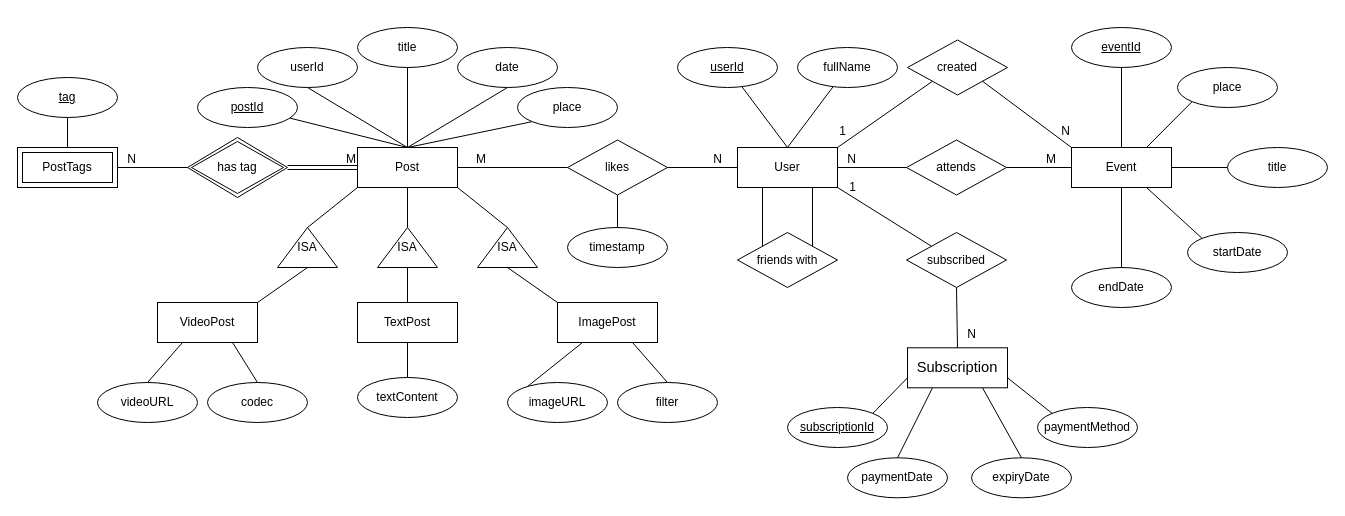
The draw.io diagram DD1368 Homework 1 ER.drawio in Alvinn8/DD1368, before the edit. Source tidied: cells renumbered, new cells numbered last; positions are measured from the earlier drawing's top-left corner, leaving out a move shared by most shapes. Both pictures are drawn from the tidied source at 100%, with x=0, y=0 at pixel (17, 27).
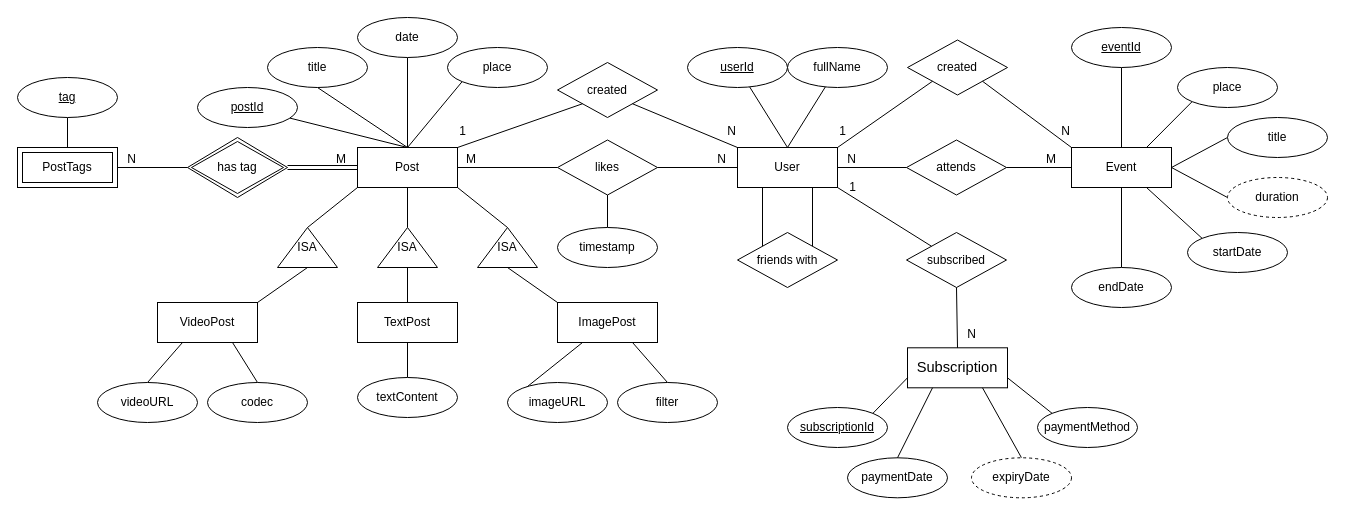
After the change.

The change refers to these unchanged cells:
```xml
<mxCell id="2" value="Post" style="whiteSpace=wrap;html=1;align=center;" parent="1" vertex="1">
  <mxGeometry x="340" y="120" width="100" height="40" as="geometry" />
</mxCell>
<mxCell id="4" value="User" style="whiteSpace=wrap;html=1;align=center;" parent="1" vertex="1">
  <mxGeometry x="720" y="120" width="100" height="40" as="geometry" />
</mxCell>
<mxCell id="51" value="Event" style="whiteSpace=wrap;html=1;align=center;" parent="1" vertex="1">
  <mxGeometry x="1054" y="120" width="100" height="40" as="geometry" />
</mxCell>
<mxCell id="76" style="endArrow=none;html=1;rounded=0;entryX=1;entryY=0.5;entryDx=0;entryDy=0;exitX=0;exitY=0.5;exitDx=0;exitDy=0;" parent="1" edge="1" source="40" target="2">
  <mxGeometry relative="1" as="geometry" />
</mxCell>
<mxCell id="78" style="endArrow=none;html=1;rounded=0;entryX=0;entryY=0.5;entryDx=0;entryDy=0;exitX=1;exitY=0.5;exitDx=0;exitDy=0;" parent="1" edge="1" source="40" target="4">
  <mxGeometry relative="1" as="geometry" />
</mxCell>
<mxCell id="91" style="shape=link;html=1;rounded=0;entryX=0;entryY=0.5;entryDx=0;entryDy=0;exitX=1;exitY=0.5;exitDx=0;exitDy=0;" parent="1" edge="1" source="47" target="2">
  <mxGeometry relative="1" as="geometry" />
</mxCell>
```

Change to the diagram source:
```diff
@@
-    <mxCell id="10" style="rounded=0;jettySize=auto;html=1;exitX=0.5;exitY=1;exitDx=0;exitDy=0;strokeColor=default;endArrow=none;endFill=0;" parent="1" edge="1" source="11">
-      <mxGeometry relative="1" as="geometry">
-        <mxPoint x="390" y="120" as="targetPoint" />
-      </mxGeometry>
-    </mxCell>
-    <mxCell id="11" value="userId" style="ellipse;whiteSpace=wrap;html=1;align=center;fontStyle=0;" parent="1" vertex="1">
-      <mxGeometry x="240" y="20" width="100" height="40" as="geometry" />
-    </mxCell>
@@
     <mxCell id="13" value="title" style="ellipse;whiteSpace=wrap;html=1;align=center;fontStyle=0;" parent="1" vertex="1">
-      <mxGeometry x="340" width="100" height="40" as="geometry" />
+      <mxGeometry x="250" y="20" width="100" height="40" as="geometry" />
     </mxCell>
@@
     <mxCell id="15" value="date" style="ellipse;whiteSpace=wrap;html=1;align=center;fontStyle=0;" parent="1" vertex="1">
-      <mxGeometry x="440" y="20" width="100" height="40" as="geometry" />
+      <mxGeometry x="340" y="-10" width="100" height="40" as="geometry" />
     </mxCell>
@@
     <mxCell id="17" value="place" style="ellipse;whiteSpace=wrap;html=1;align=center;fontStyle=0;" parent="1" vertex="1">
-      <mxGeometry x="500" y="60" width="100" height="40" as="geometry" />
+      <mxGeometry x="430" y="20" width="100" height="40" as="geometry" />
     </mxCell>
@@
     <mxCell id="40" value="likes" style="rhombus;whiteSpace=wrap;html=1;" parent="1" vertex="1">
-      <mxGeometry x="550" y="112.5" width="100" height="55" as="geometry" />
+      <mxGeometry x="540" y="112.5" width="100" height="55" as="geometry" />
     </mxCell>
@@
     <mxCell id="42" value="timestamp" style="ellipse;whiteSpace=wrap;html=1;align=center;fontStyle=0;" parent="1" vertex="1">
-      <mxGeometry x="550" y="200" width="100" height="40" as="geometry" />
+      <mxGeometry x="540" y="200" width="100" height="40" as="geometry" />
     </mxCell>
@@
     <mxCell id="44" value="userId" style="ellipse;whiteSpace=wrap;html=1;align=center;fontStyle=4;" parent="1" vertex="1">
-      <mxGeometry x="660" y="20" width="100" height="40" as="geometry" />
+      <mxGeometry x="670" y="20" width="100" height="40" as="geometry" />
     </mxCell>
@@
     <mxCell id="46" value="fullName" style="ellipse;whiteSpace=wrap;html=1;align=center;fontStyle=0;" parent="1" vertex="1">
-      <mxGeometry x="780" y="20" width="100" height="40" as="geometry" />
+      <mxGeometry x="770" y="20" width="100" height="40" as="geometry" />
     </mxCell>
@@
     <mxCell id="57" value="title" style="ellipse;whiteSpace=wrap;html=1;align=center;fontStyle=0;" parent="1" vertex="1">
-      <mxGeometry x="1210" y="120" width="100" height="40" as="geometry" />
+      <mxGeometry x="1210" y="90" width="100" height="40" as="geometry" />
     </mxCell>
@@
-    <mxCell id="67" value="expiryDate" style="ellipse;whiteSpace=wrap;html=1;align=center;fontStyle=0;" parent="1" vertex="1">
-      <mxGeometry x="954" y="430.3" width="100" height="40" as="geometry" />
-    </mxCell>
@@
     <mxCell id="77" value="M" style="html=1;whiteSpace=wrap;align=right;verticalAlign=bottom;" parent="76" vertex="1">
       <mxGeometry x="1" relative="1" as="geometry">
-        <mxPoint x="30" as="offset" />
+        <mxPoint x="20" as="offset" />
       </mxGeometry>
     </mxCell>
@@
     <mxCell id="79" value="N" style="html=1;whiteSpace=wrap;align=right;verticalAlign=bottom;" parent="78" vertex="1">
       <mxGeometry x="1" relative="1" as="geometry">
-        <mxPoint x="-14" as="offset" />
+        <mxPoint x="-10" as="offset" />
       </mxGeometry>
     </mxCell>
@@
     <mxCell id="92" value="M" style="html=1;whiteSpace=wrap;align=right;verticalAlign=bottom;" parent="91" vertex="1">
-      <mxGeometry x="1" relative="1" as="geometry" />
+      <mxGeometry x="1" relative="1" as="geometry">
+        <mxPoint x="-10" as="offset" />
+      </mxGeometry>
     </mxCell>
+    <mxCell id="93" value="created" style="rhombus;whiteSpace=wrap;html=1;" parent="1" vertex="1">
+      <mxGeometry x="540" y="35" width="100" height="55" as="geometry" />
+    </mxCell>
+    <mxCell id="94" style="endArrow=none;html=1;rounded=0;entryX=1;entryY=0;entryDx=0;entryDy=0;exitX=0;exitY=1;exitDx=0;exitDy=0;" parent="1" edge="1" source="93" target="2">
+      <mxGeometry relative="1" as="geometry" />
+    </mxCell>
+    <mxCell id="95" value="1" style="html=1;whiteSpace=wrap;align=right;verticalAlign=bottom;" parent="94" vertex="1">
+      <mxGeometry x="1" relative="1" as="geometry">
+        <mxPoint x="10" y="-8" as="offset" />
+      </mxGeometry>
+    </mxCell>
+    <mxCell id="96" style="endArrow=none;html=1;rounded=0;entryX=0;entryY=0;entryDx=0;entryDy=0;exitX=1;exitY=1;exitDx=0;exitDy=0;" parent="1" edge="1" source="93" target="4">
+      <mxGeometry relative="1" as="geometry" />
+    </mxCell>
+    <mxCell id="97" value="N" style="html=1;whiteSpace=wrap;align=right;verticalAlign=bottom;" parent="96" vertex="1">
+      <mxGeometry x="1" relative="1" as="geometry">
+        <mxPoint y="-8" as="offset" />
+      </mxGeometry>
+    </mxCell>
+    <mxCell id="67" value="expiryDate" style="ellipse;whiteSpace=wrap;html=1;align=center;dashed=1;" parent="1" vertex="1">
+      <mxGeometry x="954" y="430.3" width="100" height="40" as="geometry" />
+    </mxCell>
+    <mxCell id="98" style="rounded=0;jettySize=auto;html=1;exitX=0;exitY=0.5;exitDx=0;exitDy=0;entryX=1;entryY=0.5;entryDx=0;entryDy=0;endArrow=none;endFill=0;" parent="1" edge="1" source="99" target="51">
+      <mxGeometry relative="1" as="geometry" />
+    </mxCell>
+    <mxCell id="99" value="duration" style="ellipse;whiteSpace=wrap;html=1;align=center;dashed=1;" parent="1" vertex="1">
+      <mxGeometry x="1210" y="150" width="100" height="40" as="geometry" />
+    </mxCell>
```
